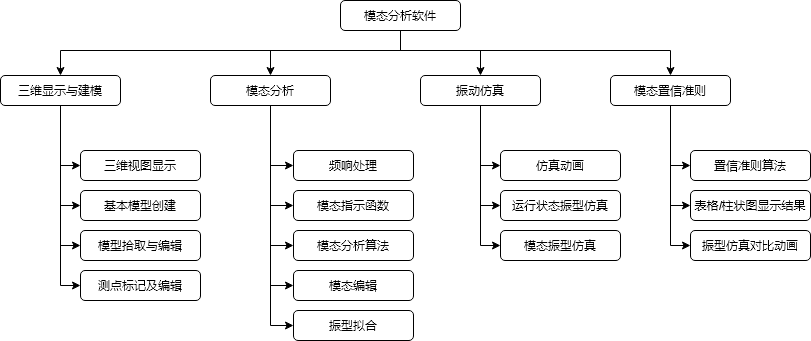
zhugy08/drawio keeps this draw.io diagram as graphs/modal-analysis-funcs.png. Above is the earlier version. Source tidied: cells renumbered, new cells last; positions are measured from the earlier drawing's top-left corner, leaving out a move shared by most shapes. Its diagram source:
```xml
<mxGraphModel>
  <root>
    <mxCell id="0" />
    <mxCell id="1" parent="0" />
    <mxCell id="2" style="edgeStyle=orthogonalEdgeStyle;rounded=0;jettySize=auto;html=1;" parent="1" edge="1" source="6" target="23">
      <mxGeometry relative="1" as="geometry">
        <Array as="points">
          <mxPoint x="400" y="50" />
          <mxPoint x="60" y="50" />
        </Array>
      </mxGeometry>
    </mxCell>
    <mxCell id="3" style="edgeStyle=orthogonalEdgeStyle;rounded=0;jettySize=auto;html=1;" parent="1" edge="1" source="6" target="29">
      <mxGeometry relative="1" as="geometry">
        <Array as="points">
          <mxPoint x="400" y="50" />
          <mxPoint x="270" y="50" />
        </Array>
      </mxGeometry>
    </mxCell>
    <mxCell id="4" style="edgeStyle=orthogonalEdgeStyle;rounded=0;jettySize=auto;html=1;entryX=0.5;entryY=0;entryDx=0;entryDy=0;" parent="1" edge="1" source="6" target="33">
      <mxGeometry relative="1" as="geometry">
        <Array as="points">
          <mxPoint x="400" y="50" />
          <mxPoint x="480" y="50" />
        </Array>
      </mxGeometry>
    </mxCell>
    <mxCell id="5" style="edgeStyle=orthogonalEdgeStyle;rounded=0;jettySize=auto;html=1;entryX=0.5;entryY=0;entryDx=0;entryDy=0;" parent="1" edge="1" source="6" target="37">
      <mxGeometry relative="1" as="geometry">
        <Array as="points">
          <mxPoint x="400" y="50" />
          <mxPoint x="670" y="50" />
        </Array>
      </mxGeometry>
    </mxCell>
    <mxCell id="6" value="模态分析软件" style="rounded=1;whiteSpace=wrap;html=1;" parent="1" vertex="1">
      <mxGeometry x="340" width="120" height="30" as="geometry" />
    </mxCell>
    <mxCell id="7" value="基本模型创建" style="rounded=1;whiteSpace=wrap;html=1;fontSize=12;" parent="1" vertex="1">
      <mxGeometry x="80" y="190" width="120" height="30" as="geometry" />
    </mxCell>
    <mxCell id="8" value="模态分析算法" style="rounded=1;whiteSpace=wrap;html=1;fontSize=12;" parent="1" vertex="1">
      <mxGeometry x="293" y="230" width="120" height="30" as="geometry" />
    </mxCell>
    <mxCell id="9" value="模型拾取与编辑" style="rounded=1;whiteSpace=wrap;html=1;fontSize=12;" parent="1" vertex="1">
      <mxGeometry x="80" y="230" width="120" height="30" as="geometry" />
    </mxCell>
    <mxCell id="10" value="测点标记及编辑" style="rounded=1;whiteSpace=wrap;html=1;fontSize=12;" parent="1" vertex="1">
      <mxGeometry x="80" y="270" width="120" height="30" as="geometry" />
    </mxCell>
    <mxCell id="11" value="频响处理" style="rounded=1;whiteSpace=wrap;html=1;fontSize=12;" parent="1" vertex="1">
      <mxGeometry x="293" y="150" width="120" height="30" as="geometry" />
    </mxCell>
    <mxCell id="12" value="模态编辑" style="rounded=1;whiteSpace=wrap;html=1;fontSize=12;" parent="1" vertex="1">
      <mxGeometry x="293" y="270" width="120" height="30" as="geometry" />
    </mxCell>
    <mxCell id="13" value="振型拟合" style="rounded=1;whiteSpace=wrap;html=1;fontSize=12;" parent="1" vertex="1">
      <mxGeometry x="293" y="310" width="120" height="30" as="geometry" />
    </mxCell>
    <mxCell id="14" value="仿真动画" style="rounded=1;whiteSpace=wrap;html=1;fontSize=12;" parent="1" vertex="1">
      <mxGeometry x="500" y="150" width="120" height="30" as="geometry" />
    </mxCell>
    <mxCell id="15" value="运行状态振型仿真" style="rounded=1;whiteSpace=wrap;html=1;fontSize=12;" parent="1" vertex="1">
      <mxGeometry x="500" y="190" width="120" height="30" as="geometry" />
    </mxCell>
    <mxCell id="16" value="模态振型仿真" style="rounded=1;whiteSpace=wrap;html=1;fontSize=12;" parent="1" vertex="1">
      <mxGeometry x="500" y="230" width="120" height="30" as="geometry" />
    </mxCell>
    <mxCell id="17" value="模态指示函数" style="rounded=1;whiteSpace=wrap;html=1;fontSize=12;" parent="1" vertex="1">
      <mxGeometry x="293" y="190" width="120" height="30" as="geometry" />
    </mxCell>
    <mxCell id="18" value="三维视图显示" style="rounded=1;whiteSpace=wrap;html=1;fontSize=12;" parent="1" vertex="1">
      <mxGeometry x="80" y="150" width="120" height="30" as="geometry" />
    </mxCell>
    <mxCell id="19" style="edgeStyle=orthogonalEdgeStyle;rounded=0;jettySize=auto;html=1;entryX=0;entryY=0.5;entryDx=0;entryDy=0;" parent="1" edge="1" source="23" target="18">
      <mxGeometry relative="1" as="geometry" />
    </mxCell>
    <mxCell id="20" style="edgeStyle=orthogonalEdgeStyle;rounded=0;jettySize=auto;html=1;entryX=0;entryY=0.5;entryDx=0;entryDy=0;" parent="1" edge="1" source="23" target="7">
      <mxGeometry relative="1" as="geometry" />
    </mxCell>
    <mxCell id="21" style="edgeStyle=orthogonalEdgeStyle;rounded=0;jettySize=auto;html=1;entryX=0;entryY=0.5;entryDx=0;entryDy=0;" parent="1" edge="1" source="23" target="9">
      <mxGeometry relative="1" as="geometry" />
    </mxCell>
    <mxCell id="22" style="edgeStyle=orthogonalEdgeStyle;rounded=0;jettySize=auto;html=1;entryX=0;entryY=0.5;entryDx=0;entryDy=0;" parent="1" edge="1" source="23" target="10">
      <mxGeometry relative="1" as="geometry" />
    </mxCell>
    <mxCell id="23" value="三维显示与建模" style="rounded=1;whiteSpace=wrap;html=1;fontSize=12;" parent="1" vertex="1">
      <mxGeometry y="75" width="120" height="30" as="geometry" />
    </mxCell>
    <mxCell id="24" style="edgeStyle=orthogonalEdgeStyle;rounded=0;jettySize=auto;html=1;entryX=0;entryY=0.5;entryDx=0;entryDy=0;" parent="1" edge="1" source="29" target="11">
      <mxGeometry relative="1" as="geometry" />
    </mxCell>
    <mxCell id="25" style="edgeStyle=orthogonalEdgeStyle;rounded=0;jettySize=auto;html=1;entryX=0;entryY=0.5;entryDx=0;entryDy=0;" parent="1" edge="1" source="29" target="17">
      <mxGeometry relative="1" as="geometry" />
    </mxCell>
    <mxCell id="26" style="edgeStyle=orthogonalEdgeStyle;rounded=0;jettySize=auto;html=1;entryX=0;entryY=0.5;entryDx=0;entryDy=0;" parent="1" edge="1" source="29" target="8">
      <mxGeometry relative="1" as="geometry" />
    </mxCell>
    <mxCell id="27" style="edgeStyle=orthogonalEdgeStyle;rounded=0;jettySize=auto;html=1;entryX=0;entryY=0.5;entryDx=0;entryDy=0;" parent="1" edge="1" source="29" target="12">
      <mxGeometry relative="1" as="geometry" />
    </mxCell>
    <mxCell id="28" style="edgeStyle=orthogonalEdgeStyle;rounded=0;jettySize=auto;html=1;entryX=0;entryY=0.5;entryDx=0;entryDy=0;" parent="1" edge="1" source="29" target="13">
      <mxGeometry relative="1" as="geometry" />
    </mxCell>
    <mxCell id="29" value="模态分析" style="rounded=1;whiteSpace=wrap;html=1;fontSize=12;" parent="1" vertex="1">
      <mxGeometry x="210" y="75" width="120" height="30" as="geometry" />
    </mxCell>
    <mxCell id="30" style="edgeStyle=orthogonalEdgeStyle;rounded=0;jettySize=auto;html=1;entryX=0;entryY=0.5;entryDx=0;entryDy=0;" parent="1" edge="1" source="33" target="14">
      <mxGeometry relative="1" as="geometry" />
    </mxCell>
    <mxCell id="31" style="edgeStyle=orthogonalEdgeStyle;rounded=0;jettySize=auto;html=1;entryX=0;entryY=0.5;entryDx=0;entryDy=0;" parent="1" edge="1" source="33" target="15">
      <mxGeometry relative="1" as="geometry" />
    </mxCell>
    <mxCell id="32" style="edgeStyle=orthogonalEdgeStyle;rounded=0;jettySize=auto;html=1;entryX=0;entryY=0.5;entryDx=0;entryDy=0;" parent="1" edge="1" source="33" target="16">
      <mxGeometry relative="1" as="geometry" />
    </mxCell>
    <mxCell id="33" value="振动仿真" style="rounded=1;whiteSpace=wrap;html=1;fontSize=12;" parent="1" vertex="1">
      <mxGeometry x="420" y="75" width="120" height="30" as="geometry" />
    </mxCell>
    <mxCell id="34" style="edgeStyle=orthogonalEdgeStyle;rounded=0;jettySize=auto;html=1;entryX=0;entryY=0.5;entryDx=0;entryDy=0;" parent="1" edge="1" source="37" target="38">
      <mxGeometry relative="1" as="geometry" />
    </mxCell>
    <mxCell id="35" style="edgeStyle=orthogonalEdgeStyle;rounded=0;jettySize=auto;html=1;entryX=0;entryY=0.5;entryDx=0;entryDy=0;" parent="1" edge="1" source="37" target="39">
      <mxGeometry relative="1" as="geometry" />
    </mxCell>
    <mxCell id="36" style="edgeStyle=orthogonalEdgeStyle;rounded=0;jettySize=auto;html=1;entryX=0;entryY=0.5;entryDx=0;entryDy=0;" parent="1" edge="1" source="37" target="40">
      <mxGeometry relative="1" as="geometry" />
    </mxCell>
    <mxCell id="37" value="模态置信准则" style="rounded=1;whiteSpace=wrap;html=1;fontSize=12;" parent="1" vertex="1">
      <mxGeometry x="610" y="75" width="120" height="30" as="geometry" />
    </mxCell>
    <mxCell id="38" value="置信准则算法" style="rounded=1;whiteSpace=wrap;html=1;fontSize=12;" parent="1" vertex="1">
      <mxGeometry x="690" y="150" width="120" height="30" as="geometry" />
    </mxCell>
    <mxCell id="39" value="表格/柱状图显示结果" style="rounded=1;whiteSpace=wrap;html=1;fontSize=12;" parent="1" vertex="1">
      <mxGeometry x="690" y="190" width="120" height="30" as="geometry" />
    </mxCell>
    <mxCell id="40" value="振型仿真对比动画" style="rounded=1;whiteSpace=wrap;html=1;fontSize=12;" parent="1" vertex="1">
      <mxGeometry x="690" y="230" width="120" height="30" as="geometry" />
    </mxCell>
  </root>
</mxGraphModel>
```
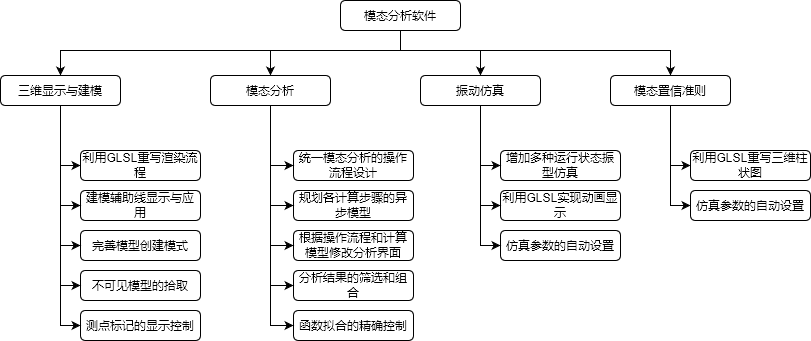
After the commit.

What changed in the source:
```diff
@@ -37,42 +37,45 @@
     <mxCell id="6" value="模态分析软件" style="rounded=1;whiteSpace=wrap;html=1;" parent="1" vertex="1">
       <mxGeometry x="340" width="120" height="30" as="geometry" />
     </mxCell>
-    <mxCell id="7" value="基本模型创建" style="rounded=1;whiteSpace=wrap;html=1;fontSize=12;" parent="1" vertex="1">
-      <mxGeometry x="80" y="190" width="120" height="30" as="geometry" />
+    <mxCell id="7" value="完善模型创建模式" style="rounded=1;whiteSpace=wrap;html=1;fontSize=12;" parent="1" vertex="1">
+      <mxGeometry x="80" y="230" width="120" height="30" as="geometry" />
     </mxCell>
-    <mxCell id="8" value="模态分析算法" style="rounded=1;whiteSpace=wrap;html=1;fontSize=12;" parent="1" vertex="1">
+    <mxCell id="8" value="根据操作流程和计算模型修改分析界面" style="rounded=1;whiteSpace=wrap;html=1;fontSize=12;" parent="1" vertex="1">
       <mxGeometry x="293" y="230" width="120" height="30" as="geometry" />
     </mxCell>
-    <mxCell id="9" value="模型拾取与编辑" style="rounded=1;whiteSpace=wrap;html=1;fontSize=12;" parent="1" vertex="1">
-      <mxGeometry x="80" y="230" width="120" height="30" as="geometry" />
+    <mxCell id="9" value="不可见模型的拾取" style="rounded=1;whiteSpace=wrap;html=1;fontSize=12;" parent="1" vertex="1">
+      <mxGeometry x="80" y="270" width="120" height="30" as="geometry" />
     </mxCell>
-    <mxCell id="10" value="测点标记及编辑" style="rounded=1;whiteSpace=wrap;html=1;fontSize=12;" parent="1" vertex="1">
-      <mxGeometry x="80" y="270" width="120" height="30" as="geometry" />
+    <mxCell id="10" value="测点标记的显示控制" style="rounded=1;whiteSpace=wrap;html=1;fontSize=12;" parent="1" vertex="1">
+      <mxGeometry x="80" y="310" width="120" height="30" as="geometry" />
     </mxCell>
-    <mxCell id="11" value="频响处理" style="rounded=1;whiteSpace=wrap;html=1;fontSize=12;" parent="1" vertex="1">
+    <mxCell id="11" value="统一模态分析的操作流程设计" style="rounded=1;whiteSpace=wrap;html=1;fontSize=12;" parent="1" vertex="1">
       <mxGeometry x="293" y="150" width="120" height="30" as="geometry" />
     </mxCell>
-    <mxCell id="12" value="模态编辑" style="rounded=1;whiteSpace=wrap;html=1;fontSize=12;" parent="1" vertex="1">
+    <mxCell id="12" value="分析结果的筛选和组合" style="rounded=1;whiteSpace=wrap;html=1;fontSize=12;" parent="1" vertex="1">
       <mxGeometry x="293" y="270" width="120" height="30" as="geometry" />
     </mxCell>
-    <mxCell id="13" value="振型拟合" style="rounded=1;whiteSpace=wrap;html=1;fontSize=12;" parent="1" vertex="1">
+    <mxCell id="13" value="函数拟合的精确控制" style="rounded=1;whiteSpace=wrap;html=1;fontSize=12;" parent="1" vertex="1">
       <mxGeometry x="293" y="310" width="120" height="30" as="geometry" />
     </mxCell>
-    <mxCell id="14" value="仿真动画" style="rounded=1;whiteSpace=wrap;html=1;fontSize=12;" parent="1" vertex="1">
+    <mxCell id="14" value="增加多种运行状态振型仿真" style="rounded=1;whiteSpace=wrap;html=1;fontSize=12;" parent="1" vertex="1">
       <mxGeometry x="500" y="150" width="120" height="30" as="geometry" />
     </mxCell>
-    <mxCell id="15" value="运行状态振型仿真" style="rounded=1;whiteSpace=wrap;html=1;fontSize=12;" parent="1" vertex="1">
+    <mxCell id="15" value="利用GLSL实现动画显示" style="rounded=1;whiteSpace=wrap;html=1;fontSize=12;" parent="1" vertex="1">
       <mxGeometry x="500" y="190" width="120" height="30" as="geometry" />
     </mxCell>
-    <mxCell id="16" value="模态振型仿真" style="rounded=1;whiteSpace=wrap;html=1;fontSize=12;" parent="1" vertex="1">
+    <mxCell id="16" value="仿真参数的自动设置" style="rounded=1;whiteSpace=wrap;html=1;fontSize=12;" parent="1" vertex="1">
       <mxGeometry x="500" y="230" width="120" height="30" as="geometry" />
     </mxCell>
-    <mxCell id="17" value="模态指示函数" style="rounded=1;whiteSpace=wrap;html=1;fontSize=12;" parent="1" vertex="1">
+    <mxCell id="17" value="规划各计算步骤的异步模型" style="rounded=1;whiteSpace=wrap;html=1;fontSize=12;" parent="1" vertex="1">
       <mxGeometry x="293" y="190" width="120" height="30" as="geometry" />
     </mxCell>
-    <mxCell id="18" value="三维视图显示" style="rounded=1;whiteSpace=wrap;html=1;fontSize=12;" parent="1" vertex="1">
-      <mxGeometry x="80" y="150" width="120" height="30" as="geometry" />
+    <mxCell id="18" value="建模辅助线显示与应用" style="rounded=1;whiteSpace=wrap;html=1;fontSize=12;" parent="1" vertex="1">
+      <mxGeometry x="80" y="190" width="120" height="30" as="geometry" />
     </mxCell>
+    <mxCell id="41" style="edgeStyle=orthogonalEdgeStyle;rounded=0;jettySize=auto;html=1;entryX=0;entryY=0.5;entryDx=0;entryDy=0;" parent="1" edge="1" source="23" target="42">
+      <mxGeometry relative="1" as="geometry" />
+    </mxCell>
     <mxCell id="19" style="edgeStyle=orthogonalEdgeStyle;rounded=0;jettySize=auto;html=1;entryX=0;entryY=0.5;entryDx=0;entryDy=0;" parent="1" edge="1" source="23" target="18">
       <mxGeometry relative="1" as="geometry" />
     </mxCell>
@@ -124,20 +127,17 @@
     <mxCell id="35" style="edgeStyle=orthogonalEdgeStyle;rounded=0;jettySize=auto;html=1;entryX=0;entryY=0.5;entryDx=0;entryDy=0;" parent="1" edge="1" source="37" target="39">
       <mxGeometry relative="1" as="geometry" />
     </mxCell>
-    <mxCell id="36" style="edgeStyle=orthogonalEdgeStyle;rounded=0;jettySize=auto;html=1;entryX=0;entryY=0.5;entryDx=0;entryDy=0;" parent="1" edge="1" source="37" target="40">
-      <mxGeometry relative="1" as="geometry" />
-    </mxCell>
     <mxCell id="37" value="模态置信准则" style="rounded=1;whiteSpace=wrap;html=1;fontSize=12;" parent="1" vertex="1">
       <mxGeometry x="610" y="75" width="120" height="30" as="geometry" />
     </mxCell>
-    <mxCell id="38" value="置信准则算法" style="rounded=1;whiteSpace=wrap;html=1;fontSize=12;" parent="1" vertex="1">
+    <mxCell id="38" value="利用GLSL重写三维柱状图" style="rounded=1;whiteSpace=wrap;html=1;fontSize=12;" parent="1" vertex="1">
       <mxGeometry x="690" y="150" width="120" height="30" as="geometry" />
     </mxCell>
-    <mxCell id="39" value="表格/柱状图显示结果" style="rounded=1;whiteSpace=wrap;html=1;fontSize=12;" parent="1" vertex="1">
+    <mxCell id="39" value="仿真参数的自动设置" style="rounded=1;whiteSpace=wrap;html=1;fontSize=12;" parent="1" vertex="1">
       <mxGeometry x="690" y="190" width="120" height="30" as="geometry" />
     </mxCell>
-    <mxCell id="40" value="振型仿真对比动画" style="rounded=1;whiteSpace=wrap;html=1;fontSize=12;" parent="1" vertex="1">
-      <mxGeometry x="690" y="230" width="120" height="30" as="geometry" />
-    </mxCell>
+    <mxCell id="42" value="利用GLSL重写渲染流程" style="rounded=1;whiteSpace=wrap;html=1;fontSize=12;" parent="1" vertex="1">
+      <mxGeometry x="80" y="150" width="120" height="30" as="geometry" />
+    </mxCell>
   </root>
 </mxGraphModel>
```
